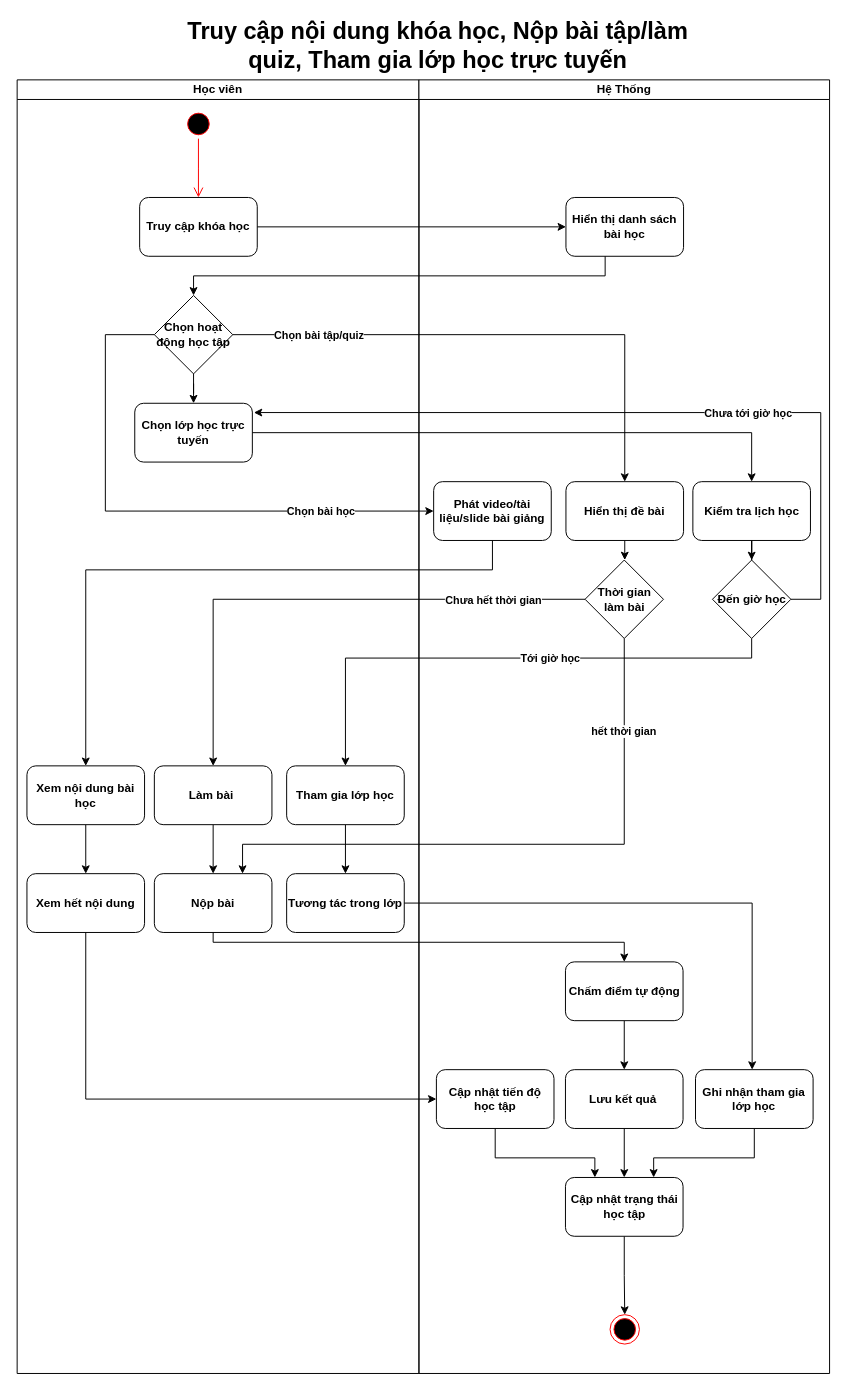
This is document/ActivityDiagram/Content,Assignment,OnlineCourse-Activity.drawio from toniiplaycode/DNC-Learning, a draw.io file, before an edit. Source tidied: cells renumbered, new cells numbered last; positions are measured from the earlier drawing's top-left corner, leaving out a move shared by most shapes. Both pictures are drawn from the tidied source at 98%, with x=0, y=0 at pixel (17, 30).
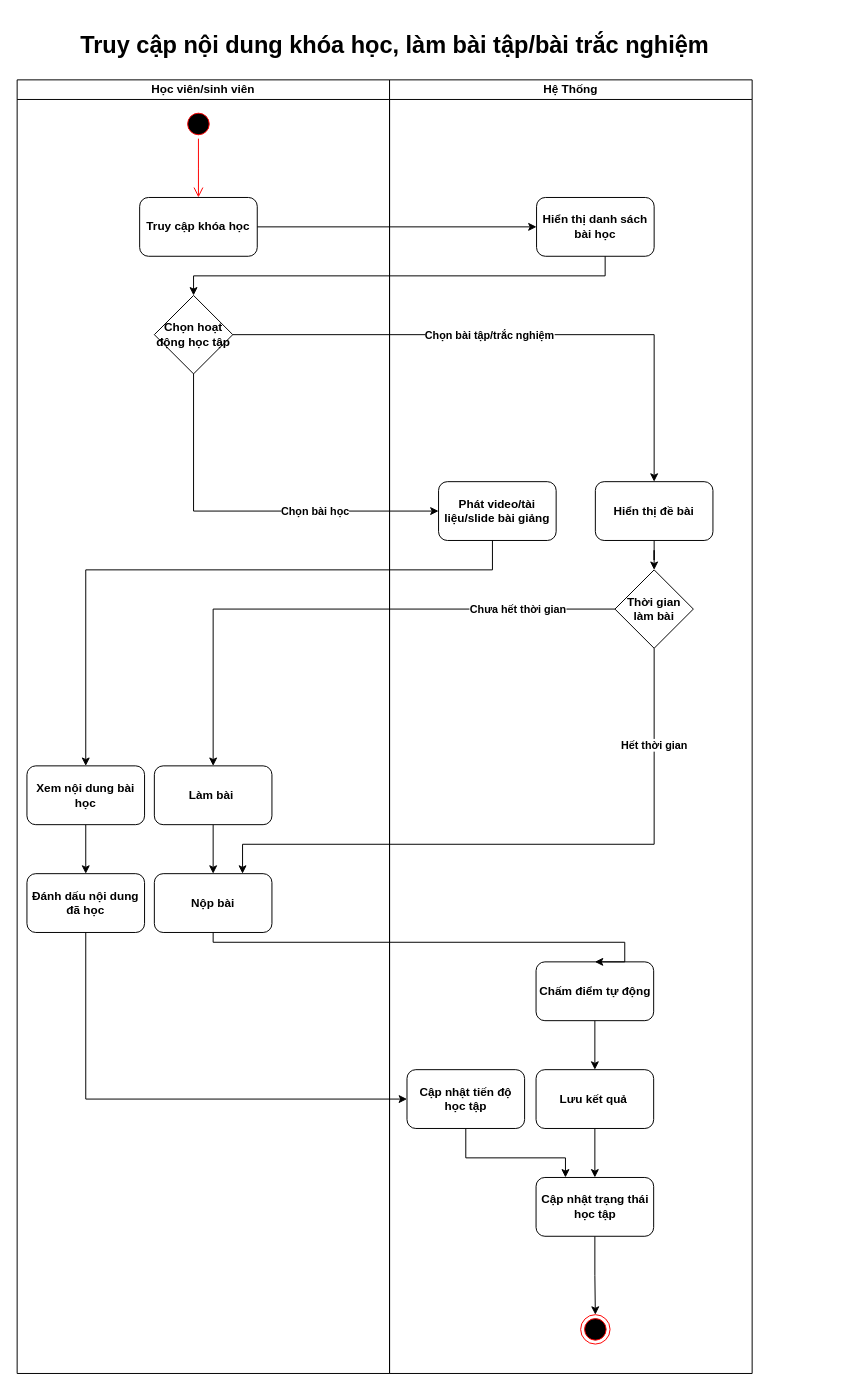
Above is the later version.

Unchanged cells that the change refers to:
```xml
<mxCell id="7" value="Chọn hoạt động học tập" style="rhombus;whiteSpace=wrap;html=1;fontStyle=1;" parent="2" vertex="1">
  <mxGeometry x="140" y="220" width="80" height="80" as="geometry" />
</mxCell>
<mxCell id="15" value="Nộp bài" style="rounded=1;whiteSpace=wrap;html=1;fontStyle=1;" parent="2" vertex="1">
  <mxGeometry x="140" y="810" width="120" height="60" as="geometry" />
</mxCell>
<mxCell id="37" value="Cập nhật trạng thái học tập" style="rounded=1;whiteSpace=wrap;html=1;fontStyle=1;" parent="19" vertex="1">
  <mxGeometry x="149.5" y="1120" width="120" height="60" as="geometry" />
</mxCell>
<mxCell id="43" style="edgeStyle=orthogonalEdgeStyle;rounded=0;jettySize=auto;html=1;entryX=0.5;entryY=0;entryDx=0;entryDy=0;fontStyle=1;" parent="1" edge="1" source="7" target="23">
  <mxGeometry relative="1" as="geometry" />
</mxCell>
```

The edit, as a diff of the source:
```diff
@@
-    <mxCell id="2" value="Học viên" style="swimlane;startSize=20;whiteSpace=wrap;html=1;fontStyle=1;" parent="1" vertex="1">
-      <mxGeometry y="50" width="410" height="1320" as="geometry" />
+    <mxCell id="2" value="Học viên/sinh viên" style="swimlane;startSize=20;whiteSpace=wrap;html=1;fontStyle=1;" parent="1" vertex="1">
+      <mxGeometry y="50" width="380" height="1320" as="geometry" />
     </mxCell>
@@
-    <mxCell id="6" style="edgeStyle=orthogonalEdgeStyle;rounded=0;jettySize=auto;html=1;entryX=0.5;entryY=0;entryDx=0;entryDy=0;fontStyle=1;" parent="2" edge="1" source="7" target="8">
-      <mxGeometry relative="1" as="geometry" />
-    </mxCell>
@@
-    <mxCell id="8" value="Chọn lớp học trực tuyến" style="rounded=1;whiteSpace=wrap;html=1;fontStyle=1;" parent="2" vertex="1">
-      <mxGeometry x="120" y="330" width="120" height="60" as="geometry" />
-    </mxCell>
@@
-    <mxCell id="13" style="edgeStyle=orthogonalEdgeStyle;rounded=0;jettySize=auto;html=1;fontStyle=1;" parent="2" edge="1" source="14" target="17">
-      <mxGeometry relative="1" as="geometry" />
-    </mxCell>
-    <mxCell id="14" value="Tham gia lớp học" style="rounded=1;whiteSpace=wrap;html=1;fontStyle=1;" parent="2" vertex="1">
-      <mxGeometry x="275" y="700" width="120" height="60" as="geometry" />
-    </mxCell>
@@
-    <mxCell id="16" value="Xem hết nội dung" style="rounded=1;whiteSpace=wrap;html=1;fontStyle=1;" parent="2" vertex="1">
+    <mxCell id="16" value="Đánh dấu nội dung đã học" style="rounded=1;whiteSpace=wrap;html=1;fontStyle=1;" parent="2" vertex="1">
       <mxGeometry x="10" y="810" width="120" height="60" as="geometry" />
     </mxCell>
-    <mxCell id="17" value="Tương tác trong lớp" style="rounded=1;whiteSpace=wrap;html=1;fontStyle=1;" parent="2" vertex="1">
-      <mxGeometry x="275" y="810" width="120" height="60" as="geometry" />
-    </mxCell>
-    <mxCell id="18" value="&lt;span style=&quot;font-size: 24px;&quot;&gt;Truy cập nội dung khóa học, Nộp bài tập/làm quiz, Tham gia lớp học trực tuyến&lt;/span&gt;" style="text;html=1;align=center;verticalAlign=middle;whiteSpace=wrap;rounded=0;fontStyle=1;" parent="1" vertex="1">
-      <mxGeometry x="159" width="541" height="30" as="geometry" />
+    <mxCell id="18" value="&lt;span style=&quot;font-size: 24px;&quot;&gt;Truy cập nội dung khóa học, làm bài tập/bài trắc nghiệm&lt;/span&gt;" style="text;html=1;align=center;verticalAlign=middle;whiteSpace=wrap;rounded=0;fontStyle=1;" parent="1" vertex="1">
+      <mxGeometry x="40" width="691" height="30" as="geometry" />
     </mxCell>
     <mxCell id="19" value="Hệ Thống" style="swimlane;startSize=20;whiteSpace=wrap;html=1;fontStyle=1;" parent="1" vertex="1">
-      <mxGeometry x="410" y="50" width="419" height="1320" as="geometry" />
+      <mxGeometry x="380" y="50" width="370" height="1320" as="geometry" />
     </mxCell>
@@
     <mxCell id="21" value="Phát video/tài liệu/slide bài giảng" style="rounded=1;whiteSpace=wrap;html=1;fontStyle=1;" parent="19" vertex="1">
-      <mxGeometry x="15" y="410" width="120" height="60" as="geometry" />
+      <mxGeometry x="50" y="410" width="120" height="60" as="geometry" />
     </mxCell>
@@
     <mxCell id="23" value="Hiển thị đề bài" style="rounded=1;whiteSpace=wrap;html=1;fontStyle=1;" parent="19" vertex="1">
-      <mxGeometry x="150" y="410" width="120" height="60" as="geometry" />
+      <mxGeometry x="210" y="410" width="120" height="60" as="geometry" />
     </mxCell>
-    <mxCell id="24" style="edgeStyle=orthogonalEdgeStyle;rounded=0;jettySize=auto;html=1;entryX=0.5;entryY=0;entryDx=0;entryDy=0;fontStyle=1;" parent="19" edge="1" source="25" target="26">
-      <mxGeometry relative="1" as="geometry" />
-    </mxCell>
-    <mxCell id="25" value="Kiểm tra lịch học" style="rounded=1;whiteSpace=wrap;html=1;fontStyle=1;" parent="19" vertex="1">
-      <mxGeometry x="279.5" y="410" width="120" height="60" as="geometry" />
-    </mxCell>
-    <mxCell id="26" value="Đến giờ học" style="rhombus;whiteSpace=wrap;html=1;fontStyle=1;" parent="19" vertex="1">
-      <mxGeometry x="299.5" y="490" width="80" height="80" as="geometry" />
-    </mxCell>
     <mxCell id="27" value="Thời gian làm bài" style="rhombus;whiteSpace=wrap;html=1;fontStyle=1;" parent="19" vertex="1">
-      <mxGeometry x="169.5" y="490" width="80" height="80" as="geometry" />
+      <mxGeometry x="230" y="500" width="80" height="80" as="geometry" />
     </mxCell>
@@
-    <mxCell id="30" style="edgeStyle=orthogonalEdgeStyle;rounded=0;jettySize=auto;html=1;entryX=0.75;entryY=0;entryDx=0;entryDy=0;fontStyle=1;" parent="19" edge="1" source="31" target="37">
-      <mxGeometry relative="1" as="geometry">
-        <Array as="points">
-          <mxPoint x="342" y="1100" />
-          <mxPoint x="239" y="1100" />
-        </Array>
-      </mxGeometry>
-    </mxCell>
-    <mxCell id="31" value="Ghi nhận tham gia lớp học" style="rounded=1;whiteSpace=wrap;html=1;fontStyle=1;" parent="19" vertex="1">
-      <mxGeometry x="282.2" y="1010" width="120" height="60" as="geometry" />
-    </mxCell>
@@
     <mxCell id="41" style="edgeStyle=orthogonalEdgeStyle;rounded=0;jettySize=auto;html=1;entryX=0;entryY=0.5;entryDx=0;entryDy=0;fontStyle=1;" parent="1" edge="1" source="7" target="21">
       <mxGeometry relative="1" as="geometry">
         <Array as="points">
-          <mxPoint x="90" y="310" />
-          <mxPoint x="90" y="490" />
+          <mxPoint x="180" y="490" />
         </Array>
       </mxGeometry>
     </mxCell>
     <mxCell id="42" value="Chọn bài học" style="edgeLabel;html=1;align=center;verticalAlign=middle;fontStyle=1;" parent="41" vertex="1">
       <mxGeometry x="0.3" y="-1" relative="1" as="geometry">
-        <mxPoint x="82" y="-1" as="offset" />
+        <mxPoint x="9" y="-1" as="offset" />
       </mxGeometry>
     </mxCell>
@@
-    <mxCell id="44" value="Chọn bài tập/quiz" style="edgeLabel;html=1;align=center;verticalAlign=middle;fontStyle=1;" parent="43" vertex="1">
+    <mxCell id="44" value="Chọn bài tập/trắc nghiệm" style="edgeLabel;html=1;align=center;verticalAlign=middle;fontStyle=1;" parent="43" vertex="1">
       <mxGeometry x="-0.56" y="-2" relative="1" as="geometry">
-        <mxPoint x="-34" y="-2" as="offset" />
+        <mxPoint x="133" y="-2" as="offset" />
       </mxGeometry>
     </mxCell>
-    <mxCell id="45" style="edgeStyle=orthogonalEdgeStyle;rounded=0;jettySize=auto;html=1;fontStyle=1;" parent="1" edge="1" source="8" target="25">
-      <mxGeometry relative="1" as="geometry" />
-    </mxCell>
-    <mxCell id="46" style="edgeStyle=orthogonalEdgeStyle;rounded=0;jettySize=auto;html=1;entryX=1.013;entryY=0.158;entryDx=0;entryDy=0;entryPerimeter=0;fontStyle=1;" parent="1" edge="1" source="26" target="8">
-      <mxGeometry relative="1" as="geometry">
-        <Array as="points">
-          <mxPoint x="820" y="580" />
-          <mxPoint x="820" y="390" />
-        </Array>
-      </mxGeometry>
-    </mxCell>
-    <mxCell id="47" value="Chưa tới giờ học" style="edgeLabel;html=1;align=center;verticalAlign=middle;fontStyle=1;" parent="46" vertex="1">
-      <mxGeometry x="-0.29" y="1" relative="1" as="geometry">
-        <mxPoint x="-11" as="offset" />
-      </mxGeometry>
-    </mxCell>
@@
-    <mxCell id="51" style="edgeStyle=orthogonalEdgeStyle;rounded=0;jettySize=auto;html=1;entryX=0.5;entryY=0;entryDx=0;entryDy=0;fontStyle=1;" parent="1" edge="1" source="26" target="14">
-      <mxGeometry relative="1" as="geometry">
-        <Array as="points">
-          <mxPoint x="750" y="640" />
-          <mxPoint x="335" y="640" />
-        </Array>
-      </mxGeometry>
-    </mxCell>
-    <mxCell id="52" value="Tới giờ học" style="edgeLabel;html=1;align=center;verticalAlign=middle;fontStyle=1;" parent="51" vertex="1">
-      <mxGeometry x="-0.17" y="-1" relative="1" as="geometry" />
-    </mxCell>
@@
-    <mxCell id="54" style="edgeStyle=orthogonalEdgeStyle;rounded=0;jettySize=auto;html=1;fontStyle=1;" parent="1" edge="1" source="17" target="31">
-      <mxGeometry relative="1" as="geometry">
-        <Array as="points">
-          <mxPoint x="750" y="890" />
-        </Array>
-      </mxGeometry>
-    </mxCell>
@@
-    <mxCell id="56" style="edgeStyle=orthogonalEdgeStyle;rounded=0;jettySize=auto;html=1;entryX=0.75;entryY=0;entryDx=0;entryDy=0;fontStyle=1;" parent="1" edge="1" source="27" target="15">
+    <mxCell id="56" style="edgeStyle=orthogonalEdgeStyle;rounded=0;jettySize=auto;html=1;entryX=0.75;entryY=0;entryDx=0;entryDy=0;fontStyle=1;exitX=0.5;exitY=1;exitDx=0;exitDy=0;" parent="1" edge="1" source="27" target="15">
       <mxGeometry relative="1" as="geometry">
         <Array as="points">
-          <mxPoint x="620" y="830" />
+          <mxPoint x="650" y="830" />
           <mxPoint x="230" y="830" />
         </Array>
       </mxGeometry>
     </mxCell>
-    <mxCell id="57" value="hết thời gian" style="edgeLabel;html=1;align=center;verticalAlign=middle;fontStyle=1;" parent="56" vertex="1">
+    <mxCell id="57" value="Hết thời gian" style="edgeLabel;html=1;align=center;verticalAlign=middle;fontStyle=1;" parent="56" vertex="1">
       <mxGeometry x="-0.7" y="-1" relative="1" as="geometry" />
     </mxCell>
```
